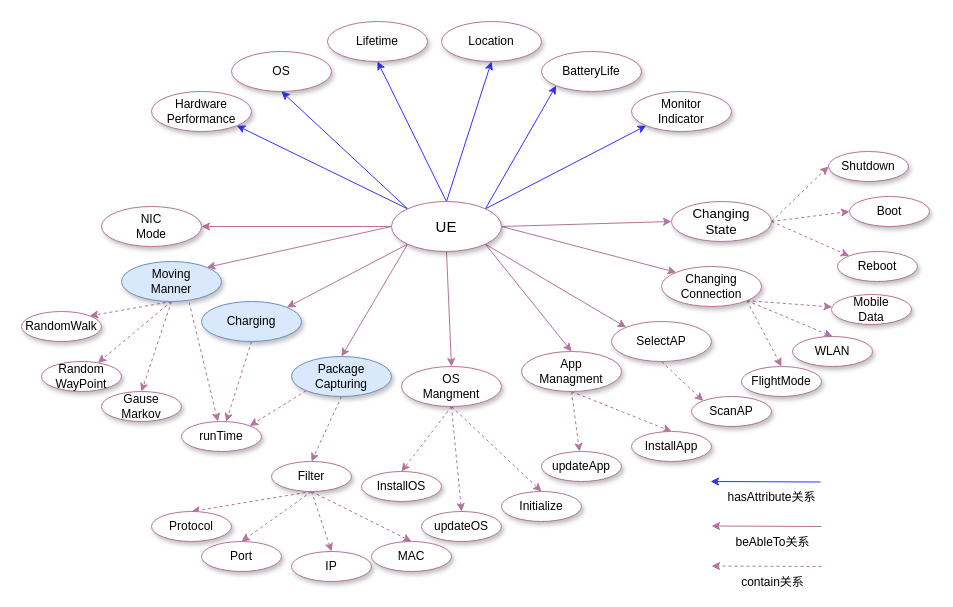
Before: page "Page-3" (3 of 3) of 描述语言RDF图.drawio in Icarus1994/neutron_conf, a draw.io diagram. Source tidied: cells renumbered, new cells numbered last; positions are measured from the earlier drawing's top-left corner, leaving out a move shared by most shapes. Both pictures are drawn from the tidied source at 100%, with x=0, y=0 at pixel (21, 21).
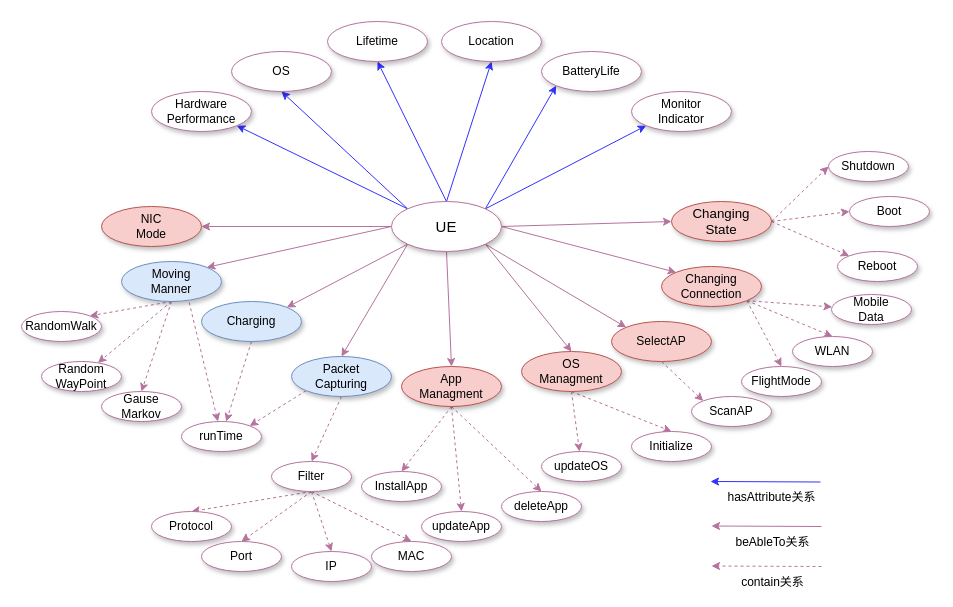
The same page after the edit.

Change to the diagram source:
```diff
@@
-    <mxCell id="29" value="Package&lt;br&gt;Capturing" style="ellipse;whiteSpace=wrap;html=1;align=center;shadow=1;fillColor=#dae8fc;strokeColor=#6c8ebf;" parent="1" vertex="1">
+    <mxCell id="29" value="Packet&lt;br&gt;Capturing" style="ellipse;whiteSpace=wrap;html=1;align=center;shadow=1;fillColor=#dae8fc;strokeColor=#6c8ebf;" parent="1" vertex="1">
       <mxGeometry x="270" y="335" width="100" height="40" as="geometry" />
     </mxCell>
@@
-    <mxCell id="33" value="&lt;span style=&quot;font-size: 13.3333px&quot;&gt;Changing&lt;/span&gt;&lt;br style=&quot;font-size: 13.3333px&quot;&gt;&lt;span style=&quot;font-size: 13.3333px&quot;&gt;State&lt;/span&gt;" style="ellipse;whiteSpace=wrap;html=1;align=center;shadow=1;fillColor=#FFFFFF;strokeColor=#B5739D;" parent="1" vertex="1">
+    <mxCell id="33" value="&lt;span style=&quot;font-size: 13.3333px&quot;&gt;Changing&lt;/span&gt;&lt;br style=&quot;font-size: 13.3333px&quot;&gt;&lt;span style=&quot;font-size: 13.3333px&quot;&gt;State&lt;/span&gt;" style="ellipse;whiteSpace=wrap;html=1;align=center;shadow=1;fillColor=#f8cecc;strokeColor=#b85450;" parent="1" vertex="1">
       <mxGeometry x="650" y="180" width="100" height="40" as="geometry" />
     </mxCell>
@@
-    <mxCell id="37" value="App&lt;br&gt;Managment" style="ellipse;whiteSpace=wrap;html=1;align=center;shadow=1;fillColor=#FFFFFF;strokeColor=#B5739D;" parent="1" vertex="1">
+    <mxCell id="37" value="OS&lt;br&gt;Managment" style="ellipse;whiteSpace=wrap;html=1;align=center;shadow=1;fillColor=#f8cecc;strokeColor=#b85450;" parent="1" vertex="1">
       <mxGeometry x="500" y="330" width="100" height="40" as="geometry" />
     </mxCell>
@@
-    <mxCell id="41" value="OS&lt;br&gt;Mangment" style="ellipse;whiteSpace=wrap;html=1;align=center;shadow=1;fillColor=#FFFFFF;strokeColor=#B5739D;" parent="1" vertex="1">
+    <mxCell id="41" value="App&lt;br&gt;Managment" style="ellipse;whiteSpace=wrap;html=1;align=center;shadow=1;fillColor=#f8cecc;strokeColor=#b85450;" parent="1" vertex="1">
       <mxGeometry x="380" y="345" width="100" height="40" as="geometry" />
     </mxCell>
@@
-    <mxCell id="45" value="Changing&lt;br&gt;Connection" style="ellipse;whiteSpace=wrap;html=1;align=center;shadow=1;fillColor=#FFFFFF;strokeColor=#B5739D;" parent="1" vertex="1">
+    <mxCell id="45" value="Changing&lt;br&gt;Connection" style="ellipse;whiteSpace=wrap;html=1;align=center;shadow=1;fillColor=#f8cecc;strokeColor=#b85450;" parent="1" vertex="1">
       <mxGeometry x="640" y="245" width="100" height="40" as="geometry" />
     </mxCell>
@@
-    <mxCell id="54" value="InstallApp" style="ellipse;whiteSpace=wrap;html=1;align=center;shadow=1;fillColor=#FFFFFF;strokeColor=#B5739D;" parent="1" vertex="1">
+    <mxCell id="54" value="Initialize" style="ellipse;whiteSpace=wrap;html=1;align=center;shadow=1;fillColor=#FFFFFF;strokeColor=#B5739D;" parent="1" vertex="1">
       <mxGeometry x="610" y="410" width="80" height="30" as="geometry" />
     </mxCell>
-    <mxCell id="55" value="updateApp" style="ellipse;whiteSpace=wrap;html=1;align=center;shadow=1;fillColor=#FFFFFF;strokeColor=#B5739D;" parent="1" vertex="1">
+    <mxCell id="55" value="updateOS" style="ellipse;whiteSpace=wrap;html=1;align=center;shadow=1;fillColor=#FFFFFF;strokeColor=#B5739D;" parent="1" vertex="1">
       <mxGeometry x="520" y="430" width="80" height="30" as="geometry" />
     </mxCell>
-    <mxCell id="56" value="InstallOS" style="ellipse;whiteSpace=wrap;html=1;align=center;shadow=1;fillColor=#FFFFFF;strokeColor=#B5739D;" parent="1" vertex="1">
+    <mxCell id="56" value="InstallApp" style="ellipse;whiteSpace=wrap;html=1;align=center;shadow=1;fillColor=#FFFFFF;strokeColor=#B5739D;" parent="1" vertex="1">
       <mxGeometry x="340" y="450" width="80" height="30" as="geometry" />
     </mxCell>
-    <mxCell id="57" value="updateOS" style="ellipse;whiteSpace=wrap;html=1;align=center;shadow=1;fillColor=#FFFFFF;strokeColor=#B5739D;" parent="1" vertex="1">
+    <mxCell id="57" value="updateApp" style="ellipse;whiteSpace=wrap;html=1;align=center;shadow=1;fillColor=#FFFFFF;strokeColor=#B5739D;" parent="1" vertex="1">
       <mxGeometry x="400" y="490" width="80" height="30" as="geometry" />
     </mxCell>
@@
-    <mxCell id="66" value="Initialize" style="ellipse;whiteSpace=wrap;html=1;align=center;shadow=1;fillColor=#FFFFFF;strokeColor=#B5739D;" parent="1" vertex="1">
+    <mxCell id="66" value="deleteApp" style="ellipse;whiteSpace=wrap;html=1;align=center;shadow=1;fillColor=#FFFFFF;strokeColor=#B5739D;" parent="1" vertex="1">
       <mxGeometry x="480" y="470" width="80" height="30" as="geometry" />
     </mxCell>
@@
-    <mxCell id="68" value="NIC&lt;br&gt;Mode" style="ellipse;whiteSpace=wrap;html=1;align=center;shadow=1;fillColor=#FFFFFF;strokeColor=#B5739D;" parent="1" vertex="1">
+    <mxCell id="68" value="NIC&lt;br&gt;Mode" style="ellipse;whiteSpace=wrap;html=1;align=center;shadow=1;fillColor=#f8cecc;strokeColor=#b85450;" parent="1" vertex="1">
       <mxGeometry x="80" y="185" width="100" height="40" as="geometry" />
     </mxCell>
@@
-    <mxCell id="70" value="SelectAP" style="ellipse;whiteSpace=wrap;html=1;align=center;shadow=1;fillColor=#FFFFFF;strokeColor=#B5739D;" parent="1" vertex="1">
+    <mxCell id="70" value="SelectAP" style="ellipse;whiteSpace=wrap;html=1;align=center;shadow=1;fillColor=#f8cecc;strokeColor=#b85450;" parent="1" vertex="1">
       <mxGeometry x="590" y="300" width="100" height="40" as="geometry" />
     </mxCell>
```
